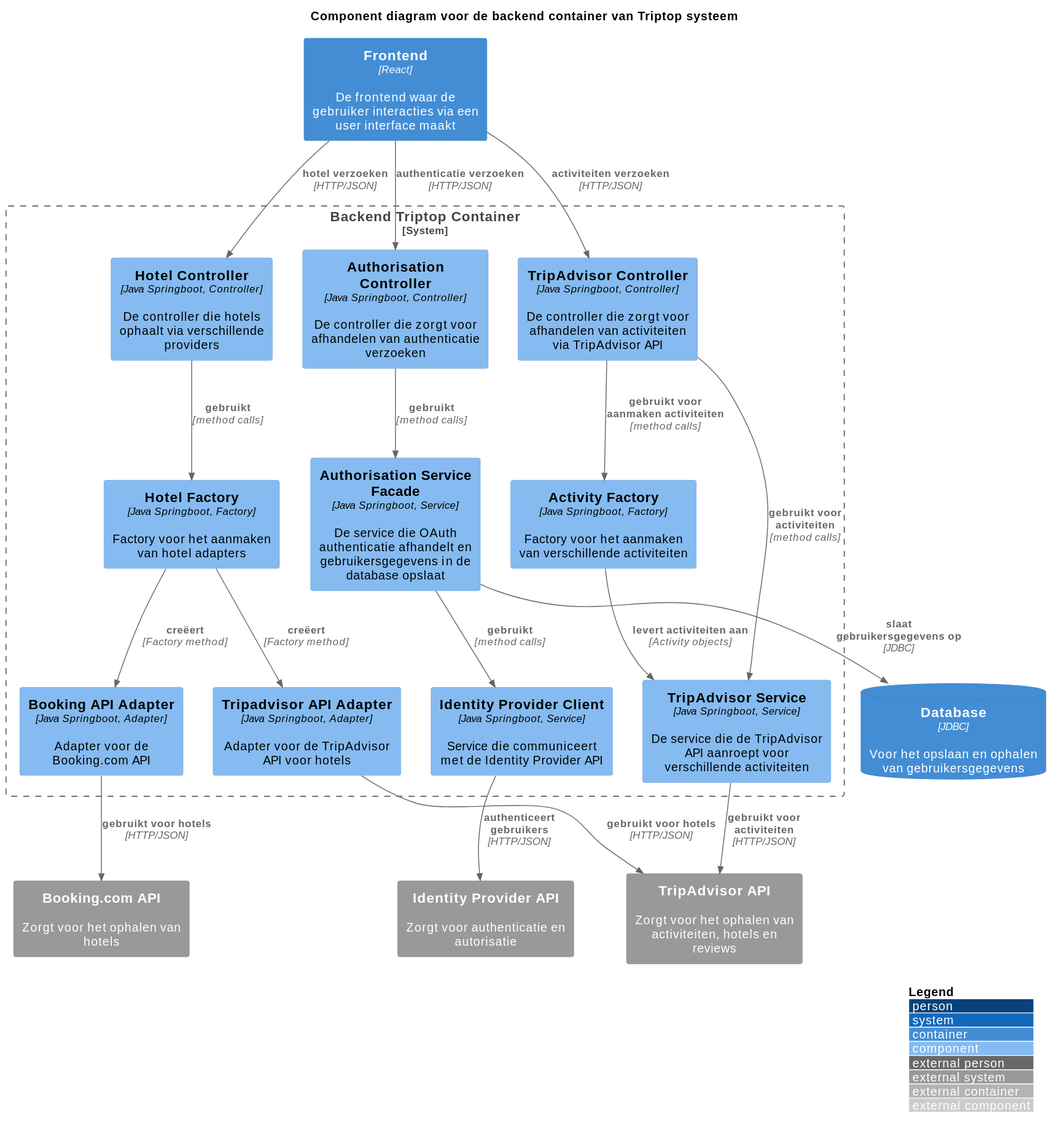
The PlantUML diagram software-guidebook/resources/component-backend-diagram.svg in AIM-ENE-feb25/triptop-groep-b3, before a commit. Source of this version:
```plantuml
@startuml
!include <C4/C4>
!include <C4/C4_Context>
!include <C4/C4_Container>
!include <C4/C4_Component>

LAYOUT_WITH_LEGEND()

title Component diagram voor de backend container van Triptop systeem

Container(website, "Frontend", "React", "De frontend waar de gebruiker interacties via een user interface maakt")

System_Boundary(triptop, "Backend Triptop Container") {
    Component(authS, "Authorisation Service Facade", "Java Springboot, Service", "De service die OAuth authenticatie afhandelt en gebruikersgegevens in de database opslaat")
    Component(identC, "Identity Provider Client", "Java Springboot, Service", "Service die communiceert met de Identity Provider API")
    Component(tripAdvS, "TripAdvisor Service", "Java Springboot, Service", "De service die de TripAdvisor API aanroept voor verschillende activiteiten")

    Component(actFact, "Activity Factory", "Java Springboot, Factory", "Factory voor het aanmaken van verschillende activiteiten")
    Component(hotelFact, "Hotel Factory", "Java Springboot, Factory", "Factory voor het aanmaken van hotel adapters")

    Component(authC, "Authorisation Controller", "Java Springboot, Controller", "De controller die zorgt voor afhandelen van authenticatie verzoeken")
    Component(hotelC, "Hotel Controller", "Java Springboot, Controller", "De controller die hotels ophaalt via verschillende providers")
    Component(tripAdvC, "TripAdvisor Controller", "Java Springboot, Controller", "De controller die zorgt voor afhandelen van activiteiten via TripAdvisor API")

    Component(bookingA, "Booking API Adapter", "Java Springboot, Adapter", "Adapter voor de Booking.com API")
    Component(tripadvisorA, "Tripadvisor API Adapter", "Java Springboot, Adapter", "Adapter voor de TripAdvisor API voor hotels")
}

ContainerDb(database, "Database", "JDBC", "Voor het opslaan en ophalen van gebruikersgegevens")

System_Ext(bookingApi, "Booking.com API", "Zorgt voor het ophalen van hotels")
System_Ext(tripAdvisorApi, "TripAdvisor API", "Zorgt voor het ophalen van activiteiten, hotels en reviews")
System_Ext(identityProviderApi, "Identity Provider API", "Zorgt voor authenticatie en autorisatie")

Rel(authC, authS, "gebruikt", "method calls")
Rel(hotelC, hotelFact, "gebruikt", "method calls")
Rel(tripAdvC, tripAdvS, "gebruikt voor activiteiten", "method calls")
Rel(tripAdvC, actFact, "gebruikt voor aanmaken activiteiten", "method calls")

Rel(actFact, tripAdvS, "levert activiteiten aan", "Activity objects")
Rel(hotelFact, bookingA, "creëert", "Factory method")
Rel(hotelFact, tripadvisorA, "creëert", "Factory method")

Rel(tripAdvS, tripAdvisorApi, "gebruikt voor activiteiten", "HTTP/JSON")
Rel(authS, identC, "gebruikt", "method calls")
Rel(identC, identityProviderApi, "authenticeert gebruikers", "HTTP/JSON")
Rel(bookingA, bookingApi, "gebruikt voor hotels", "HTTP/JSON")
Rel(tripadvisorA, tripAdvisorApi, "gebruikt voor hotels", "HTTP/JSON")

Rel(authS, database, "slaat gebruikersgegevens op", "JDBC")

Rel(website, authC, "authenticatie verzoeken", "HTTP/JSON")
Rel(website, hotelC, "hotel verzoeken", "HTTP/JSON")
Rel(website, tripAdvC, "activiteiten verzoeken", "HTTP/JSON")
@enduml
```
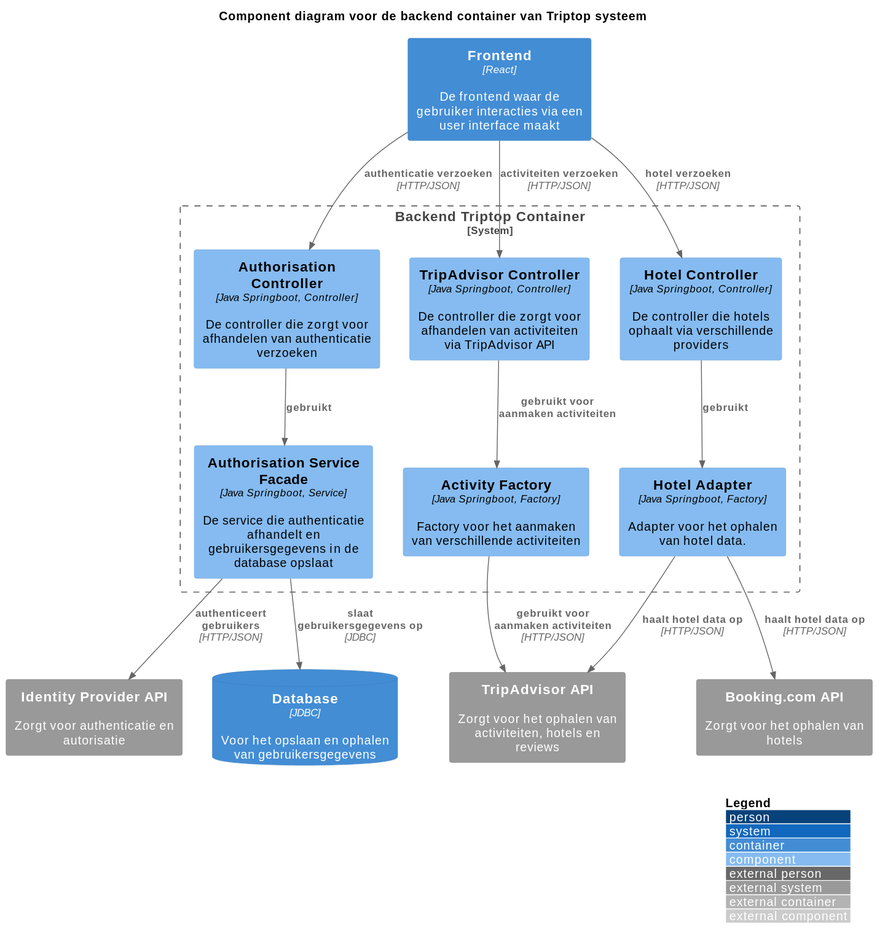
The same file after the commit.

Commit message:
backend container diagram aangepast

Diff of the diagram source:
```diff
@@ -11,19 +11,14 @@
 Container(website, "Frontend", "React", "De frontend waar de gebruiker interacties via een user interface maakt")
 
 System_Boundary(triptop, "Backend Triptop Container") {
-    Component(authS, "Authorisation Service Facade", "Java Springboot, Service", "De service die OAuth authenticatie afhandelt en gebruikersgegevens in de database opslaat")
-    Component(identC, "Identity Provider Client", "Java Springboot, Service", "Service die communiceert met de Identity Provider API")
-    Component(tripAdvS, "TripAdvisor Service", "Java Springboot, Service", "De service die de TripAdvisor API aanroept voor verschillende activiteiten")
+    Component(authS, "Authorisation Service Facade", "Java Springboot, Service", "De service die authenticatie afhandelt en gebruikersgegevens in de database opslaat")
 
     Component(actFact, "Activity Factory", "Java Springboot, Factory", "Factory voor het aanmaken van verschillende activiteiten")
-    Component(hotelFact, "Hotel Factory", "Java Springboot, Factory", "Factory voor het aanmaken van hotel adapters")
+    Component(hotelFact, "Hotel Adapter", "Java Springboot, Factory", "Adapter voor het ophalen van hotel data.")
 
     Component(authC, "Authorisation Controller", "Java Springboot, Controller", "De controller die zorgt voor afhandelen van authenticatie verzoeken")
     Component(hotelC, "Hotel Controller", "Java Springboot, Controller", "De controller die hotels ophaalt via verschillende providers")
     Component(tripAdvC, "TripAdvisor Controller", "Java Springboot, Controller", "De controller die zorgt voor afhandelen van activiteiten via TripAdvisor API")
-
-    Component(bookingA, "Booking API Adapter", "Java Springboot, Adapter", "Adapter voor de Booking.com API")
-    Component(tripadvisorA, "Tripadvisor API Adapter", "Java Springboot, Adapter", "Adapter voor de TripAdvisor API voor hotels")
 }
 
 ContainerDb(database, "Database", "JDBC", "Voor het opslaan en ophalen van gebruikersgegevens")
@@ -32,20 +27,15 @@
 System_Ext(tripAdvisorApi, "TripAdvisor API", "Zorgt voor het ophalen van activiteiten, hotels en reviews")
 System_Ext(identityProviderApi, "Identity Provider API", "Zorgt voor authenticatie en autorisatie")
 
-Rel(authC, authS, "gebruikt", "method calls")
-Rel(hotelC, hotelFact, "gebruikt", "method calls")
-Rel(tripAdvC, tripAdvS, "gebruikt voor activiteiten", "method calls")
-Rel(tripAdvC, actFact, "gebruikt voor aanmaken activiteiten", "method calls")
+Rel(authC, authS, "gebruikt")
+Rel(hotelC, hotelFact, "gebruikt")
+Rel(tripAdvC, actFact, "gebruikt voor aanmaken activiteiten")
+Rel(actFact, tripAdvisorApi, "gebruikt voor aanmaken activiteiten", "HTTP/JSON")
 
-Rel(actFact, tripAdvS, "levert activiteiten aan", "Activity objects")
-Rel(hotelFact, bookingA, "creëert", "Factory method")
-Rel(hotelFact, tripadvisorA, "creëert", "Factory method")
+Rel(hotelFact, bookingApi, "haalt hotel data op", "HTTP/JSON")
+Rel(hotelFact, tripAdvisorApi, "haalt hotel data op", "HTTP/JSON")
 
-Rel(tripAdvS, tripAdvisorApi, "gebruikt voor activiteiten", "HTTP/JSON")
-Rel(authS, identC, "gebruikt", "method calls")
-Rel(identC, identityProviderApi, "authenticeert gebruikers", "HTTP/JSON")
-Rel(bookingA, bookingApi, "gebruikt voor hotels", "HTTP/JSON")
-Rel(tripadvisorA, tripAdvisorApi, "gebruikt voor hotels", "HTTP/JSON")
+Rel(authS, identityProviderApi, "authenticeert gebruikers", "HTTP/JSON")
 
 Rel(authS, database, "slaat gebruikersgegevens op", "JDBC")
 
```
